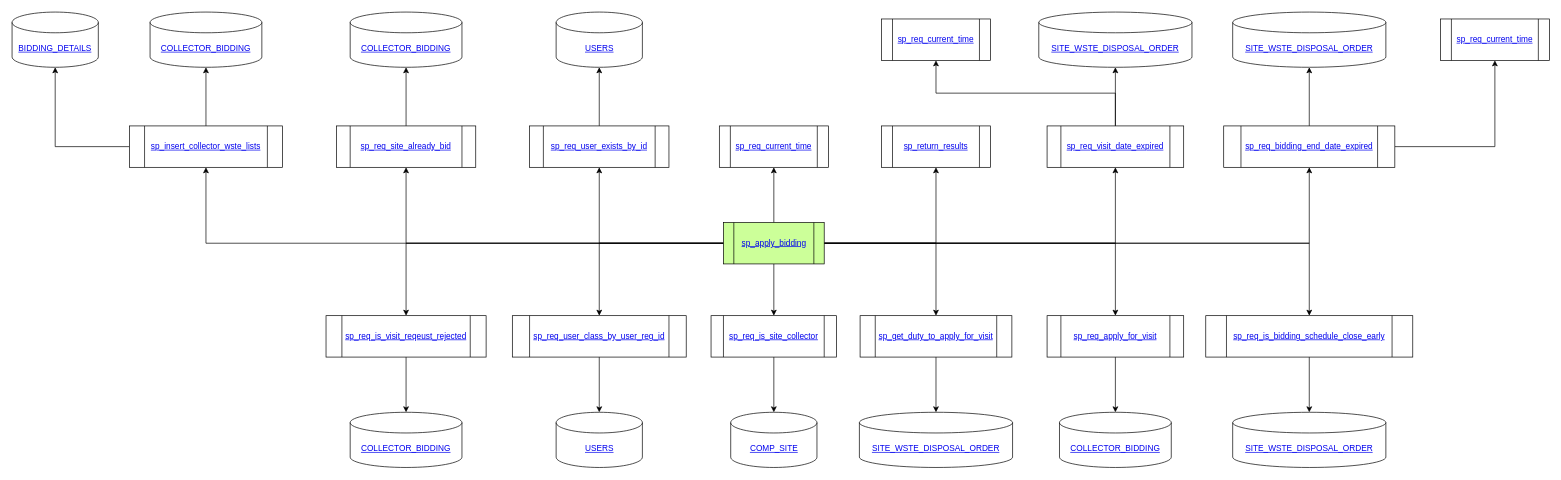
Leo-Nam/chium_draw keeps this draw.io diagram as sp_apply_bidding.drawio. Above is the earlier version. Source tidied: cells renumbered, new cells numbered last; positions are measured from the earlier drawing's top-left corner, leaving out a move shared by most shapes. Both pictures are drawn from the tidied source at 69%, with x=0, y=0 at pixel (12, 12).
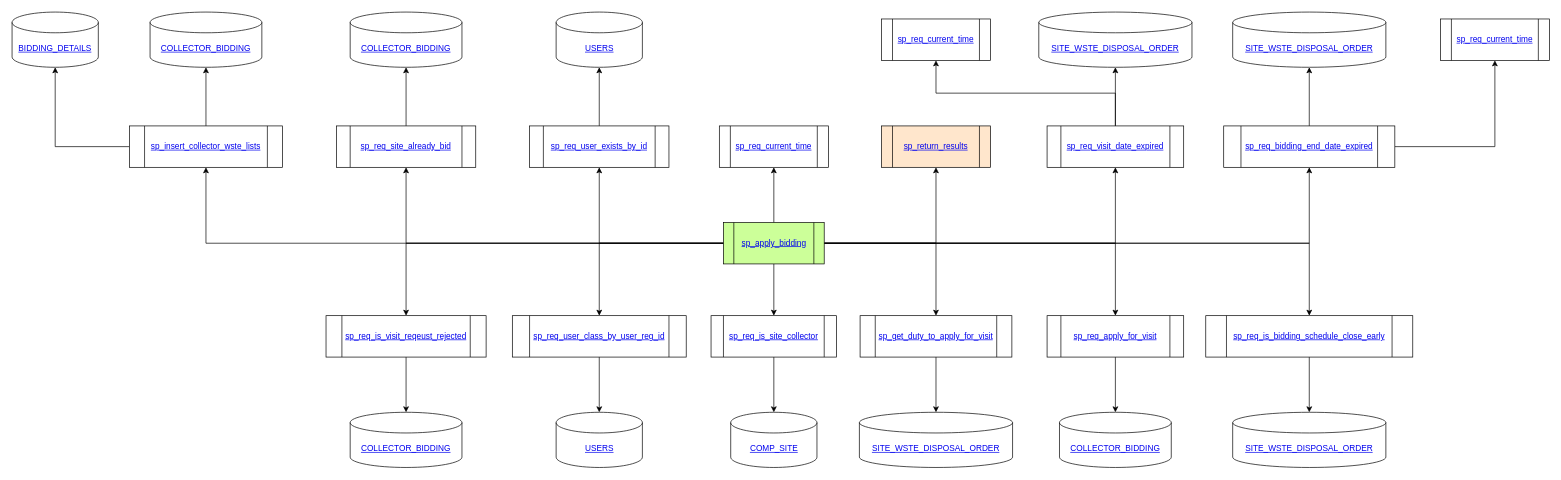
The same diagram, later.

What changed in the source:
```diff
@@
-    <mxCell id="17" value="&lt;a href=&quot;https://www.notion.so/sp_return_results-b1f5b4a13f4d4b1788f853a92adec7d1&quot;&gt;sp_return_results&lt;/a&gt;" style="shape=process;whiteSpace=wrap;html=1;backgroundOutline=1;" parent="1" vertex="1">
+    <mxCell id="17" value="&lt;a href=&quot;https://www.notion.so/sp_return_results-b1f5b4a13f4d4b1788f853a92adec7d1&quot;&gt;sp_return_results&lt;/a&gt;" style="shape=process;whiteSpace=wrap;html=1;backgroundOutline=1;fillColor=#FFE6CC;" parent="1" vertex="1">
       <mxGeometry x="1260" y="165" width="158" height="60" as="geometry" />
     </mxCell>
```
